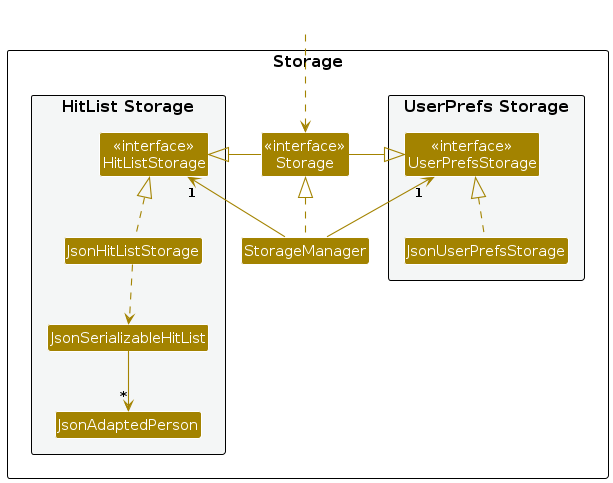
Before: diagrams/StorageClassDiagram.png, a diagram exported from PlantUML (AY2526S2-CS2103T-W11-2/tp). Its source is kept beside it as diagrams/StorageClassDiagram.puml. Its diagram source:
```plantuml
@startuml storage-class-diagram /' Renames the file to kebab-case when exported as an image.'/
!include style.puml
skinparam arrowThickness 1.1
skinparam arrowColor STORAGE_COLOR
skinparam classBackgroundColor STORAGE_COLOR

package Storage as StoragePackage {

package "UserPrefs Storage" #F4F6F6{
Class "<<interface>>\nUserPrefsStorage" as UserPrefsStorage
Class JsonUserPrefsStorage
}

Class "<<interface>>\nStorage" as Storage
Class StorageManager

package "HitList Storage" #F4F6F6{
Class "<<interface>>\nHitListStorage" as HitListStorage
Class JsonHitListStorage
Class JsonSerializableHitList
Class JsonAdaptedPerson
}

}

Class HiddenOutside #FFFFFF
HiddenOutside ..> Storage

StorageManager .up.|> Storage
StorageManager -up-> "1" UserPrefsStorage
StorageManager -up-> "1" HitListStorage

Storage -left-|> UserPrefsStorage
Storage -right-|> HitListStorage

JsonUserPrefsStorage .up.|> UserPrefsStorage
JsonHitListStorage .up.|> HitListStorage
JsonHitListStorage ..> JsonSerializableHitList
JsonSerializableHitList --> "*" JsonAdaptedPerson

@enduml
```
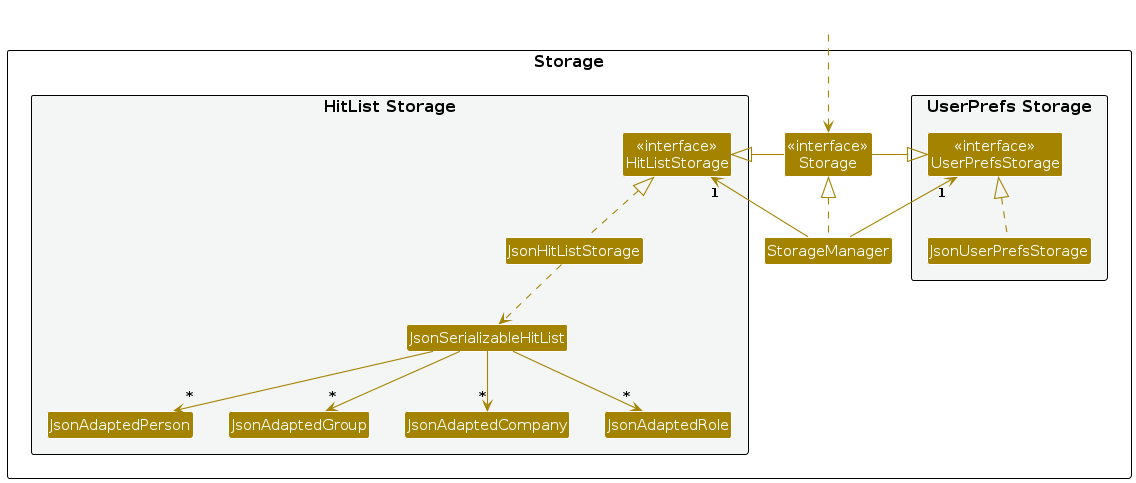
Later version of the same file.

What changed in the source:
```diff
@@ -19,6 +19,9 @@
 Class JsonHitListStorage
 Class JsonSerializableHitList
 Class JsonAdaptedPerson
+Class JsonAdaptedGroup
+Class JsonAdaptedCompany
+Class JsonAdaptedRole
 }
 
 }
@@ -37,5 +40,9 @@
 JsonHitListStorage .up.|> HitListStorage
 JsonHitListStorage ..> JsonSerializableHitList
 JsonSerializableHitList --> "*" JsonAdaptedPerson
+JsonSerializableHitList --> "*" JsonAdaptedGroup
+JsonSerializableHitList --> "*" JsonAdaptedCompany
+JsonSerializableHitList --> "*" JsonAdaptedRole
+
 
 @enduml
```
